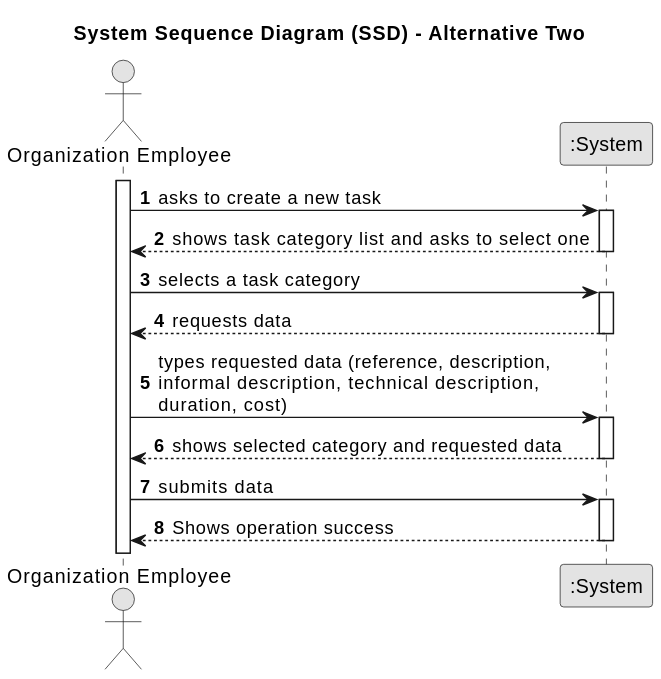
Earlier version of the PlantUML export out/docs/sprint01/us005/01.requirements-engineering/puml/us005-system-sequence-diagram-alternative-two/us005-system-sequence-diagram-alternative-two.svg (TiagoMagalhaes1232507/Testando-projeto). Its diagram source:
```plantuml
@startuml
skinparam monochrome true
skinparam packageStyle rectangle
skinparam shadowing false

title System Sequence Diagram (SSD) - Alternative Two

autonumber

actor "Organization Employee" as Employee
participant ":System" as System

activate Employee

    Employee -> System : asks to create a new task
    activate System

        System --> Employee : shows task category list and asks to select one
    deactivate System

    Employee -> System : selects a task category
    activate System

        System --> Employee : requests data
    deactivate System

    Employee -> System : types requested data (reference, description, \ninformal description, technical description,\nduration, cost)
    activate System

        System --> Employee : shows selected category and requested data
    deactivate System

    Employee -> System : submits data
    activate System

        System --> Employee : Shows operation success
    deactivate System
@enduml
```
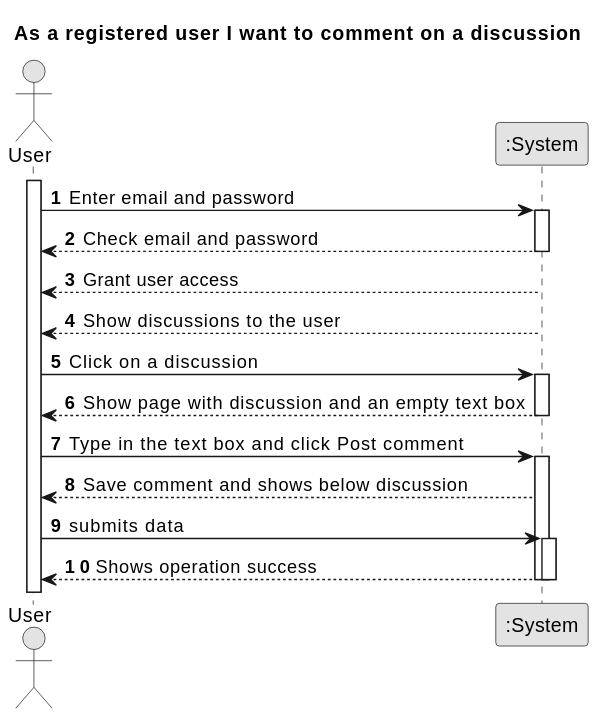
After the commit.

What changed in the source:
```diff
@@ -3,32 +3,37 @@
 skinparam packageStyle rectangle
 skinparam shadowing false
 
-title System Sequence Diagram (SSD) - Alternative Two
+title As a registered user I want to comment on a discussion
 
 autonumber
 
-actor "Organization Employee" as Employee
+actor "User" as Employee
 participant ":System" as System
 
 activate Employee
 
-    Employee -> System : asks to create a new task
+    Employee -> System : Enter email and password
     activate System
 
-        System --> Employee : shows task category list and asks to select one
+        System --> Employee : Check email and password
     deactivate System
 
-    Employee -> System : selects a task category
+        System --> Employee : Grant user access
+    deactivate System
+
+     System --> Employee : Show discussions to the user
+    deactivate System
+
+    Employee -> System : Click on a discussion
     activate System
 
-        System --> Employee : requests data
+        System --> Employee : Show page with discussion and an empty text box
     deactivate System
 
-    Employee -> System : types requested data (reference, description, \ninformal description, technical description,\nduration, cost)
+    Employee -> System : Type in the text box and click Post comment
     activate System
 
-        System --> Employee : shows selected category and requested data
-    deactivate System
+        System --> Employee : Save comment and shows below discussion
 
     Employee -> System : submits data
     activate System
```
